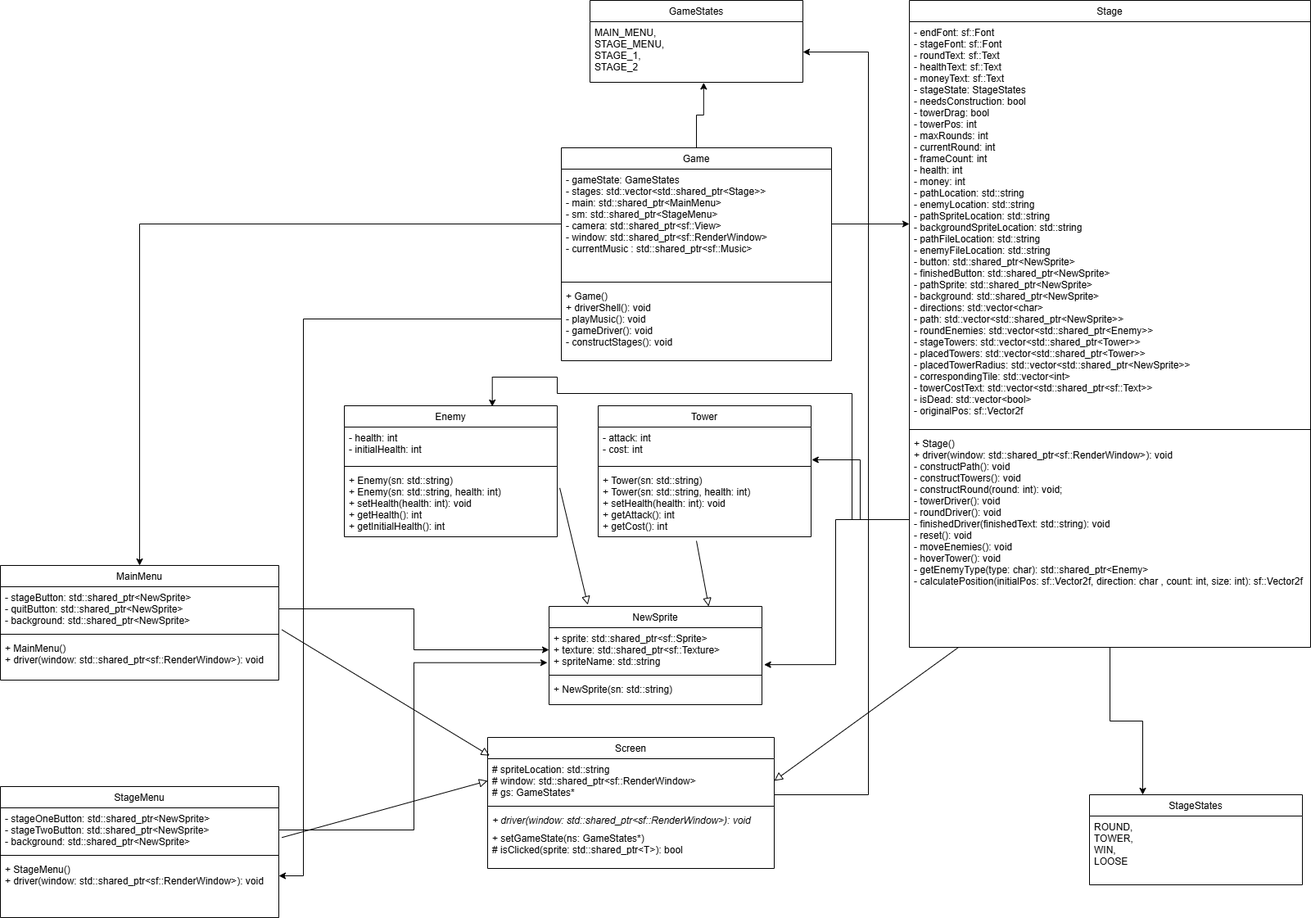
The draw.io diagram doc/UML/Fish.png in LucasHasting/Fish, before a commit. Source tidied: cells renumbered, new cells last; positions are measured from the earlier drawing's top-left corner, leaving out a move shared by most shapes.
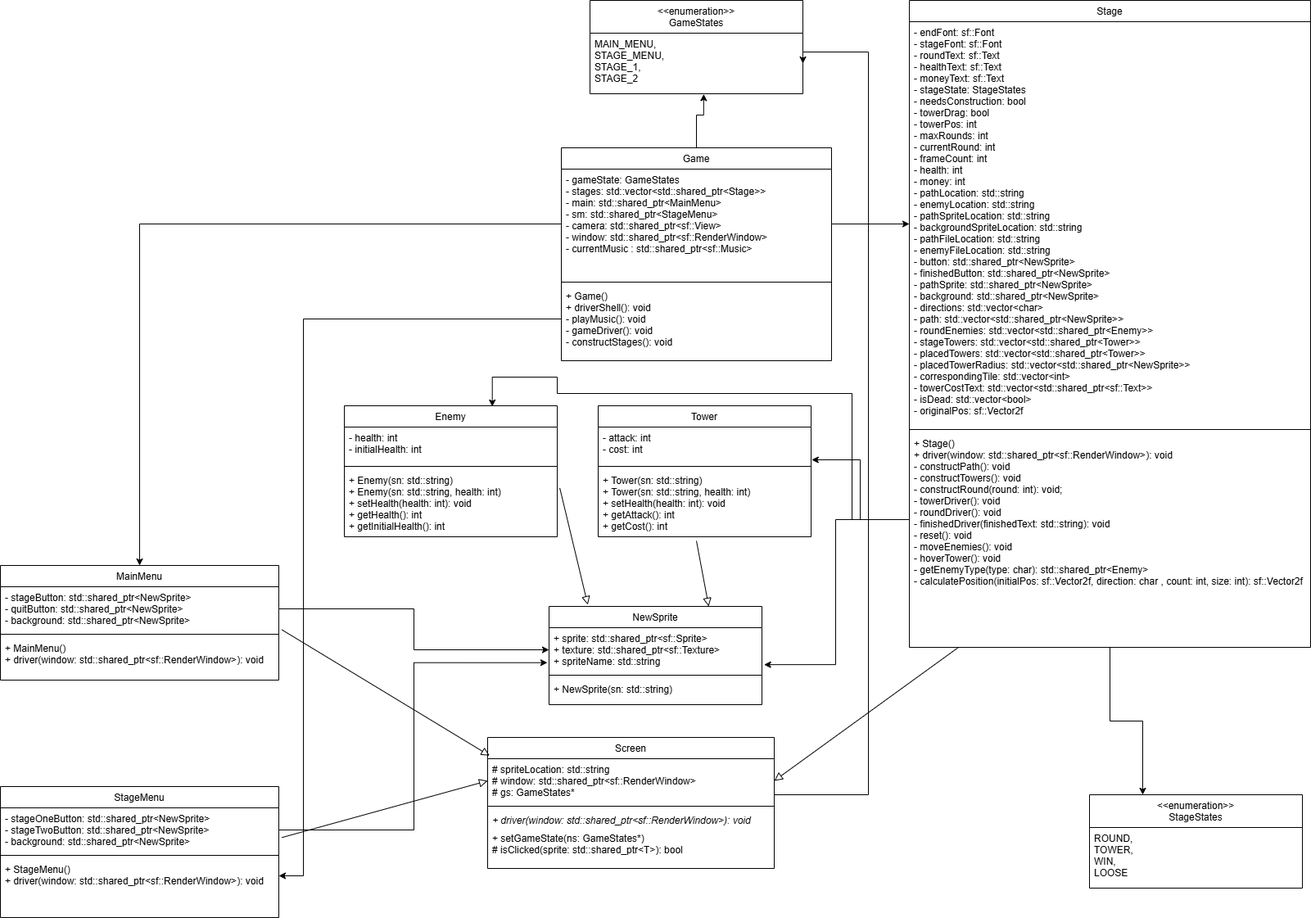
The same file after the commit.

Change to the diagram source:
```diff
@@ -46,11 +46,11 @@
     <mxCell id="14" value="+ Tower(sn: std::string)&#10;+ Tower(sn: std::string, health: int)&#10;+ setHealth(health: int): void&#10;+ getAttack(): int&#10;+ getCost(): int" style="text;align=left;verticalAlign=top;spacingLeft=4;spacingRight=4;overflow=hidden;spacingTop=0;spacing=2;" parent="11" vertex="1">
       <mxGeometry y="78" width="260" height="72" as="geometry" />
     </mxCell>
-    <mxCell id="15" value="GameStates" style="swimlane;fontStyle=0;align=center;verticalAlign=top;horizontal=1;startSize=26;rounded=0;shadow=0;strokeWidth=1;" parent="1" vertex="1">
-      <mxGeometry x="720" width="260" height="100" as="geometry" />
+    <mxCell id="15" value="&lt;&lt;enumeration&gt;&gt;&#10;GameStates" style="swimlane;fontStyle=0;align=center;verticalAlign=top;horizontal=1;startSize=40;rounded=0;shadow=0;strokeWidth=1;" parent="1" vertex="1">
+      <mxGeometry x="720" width="260" height="114" as="geometry" />
     </mxCell>
     <mxCell id="16" value="MAIN_MENU,&#10;STAGE_MENU,&#10;STAGE_1,&#10;STAGE_2" style="text;align=left;verticalAlign=top;spacingLeft=4;spacingRight=4;overflow=hidden;points=[[0,0.5],[1,0.5]];portConstraint=eastwest;" parent="15" vertex="1">
-      <mxGeometry y="26" width="260" height="74" as="geometry" />
+      <mxGeometry y="40" width="260" height="74" as="geometry" />
     </mxCell>
     <mxCell id="17" value="NewSprite" style="swimlane;fontStyle=0;align=center;verticalAlign=top;horizontal=1;startSize=26;rounded=0;shadow=0;strokeWidth=1;" parent="1" vertex="1">
       <mxGeometry x="670" y="740" width="260" height="120" as="geometry" />
@@ -106,11 +106,11 @@
     <mxCell id="34" value="+ StageMenu()&#10;+ driver(window: std::shared_ptr&lt;sf::RenderWindow&gt;): void" style="text;align=left;verticalAlign=top;spacingLeft=4;spacingRight=4;overflow=hidden;points=[[0,0.5],[1,0.5]];portConstraint=eastwest;spacingTop=0;spacing=2;" parent="31" vertex="1">
       <mxGeometry y="88" width="340" height="42" as="geometry" />
     </mxCell>
-    <mxCell id="35" value="StageStates" style="swimlane;fontStyle=0;align=center;verticalAlign=top;horizontal=1;startSize=26;rounded=0;shadow=0;strokeWidth=1;" parent="1" vertex="1">
-      <mxGeometry x="1330" y="970" width="260" height="110" as="geometry" />
+    <mxCell id="35" value="&lt;&lt;enumeration&gt;&gt;&#10;StageStates" style="swimlane;fontStyle=0;align=center;verticalAlign=top;horizontal=1;startSize=40;rounded=0;shadow=0;strokeWidth=1;" parent="1" vertex="1">
+      <mxGeometry x="1330" y="970" width="260" height="114" as="geometry" />
     </mxCell>
     <mxCell id="36" value="ROUND,&#10;TOWER,&#10;WIN,&#10;LOOSE" style="text;align=left;verticalAlign=top;spacingLeft=4;spacingRight=4;overflow=hidden;" parent="35" vertex="1">
-      <mxGeometry y="26" width="260" height="74" as="geometry" />
+      <mxGeometry y="40" width="260" height="74" as="geometry" />
     </mxCell>
     <mxCell id="37" value="MainMenu" style="swimlane;fontStyle=0;align=center;verticalAlign=top;horizontal=1;startSize=26;rounded=0;shadow=0;strokeWidth=1;" parent="1" vertex="1">
       <mxGeometry y="690" width="340" height="140" as="geometry" />
```
